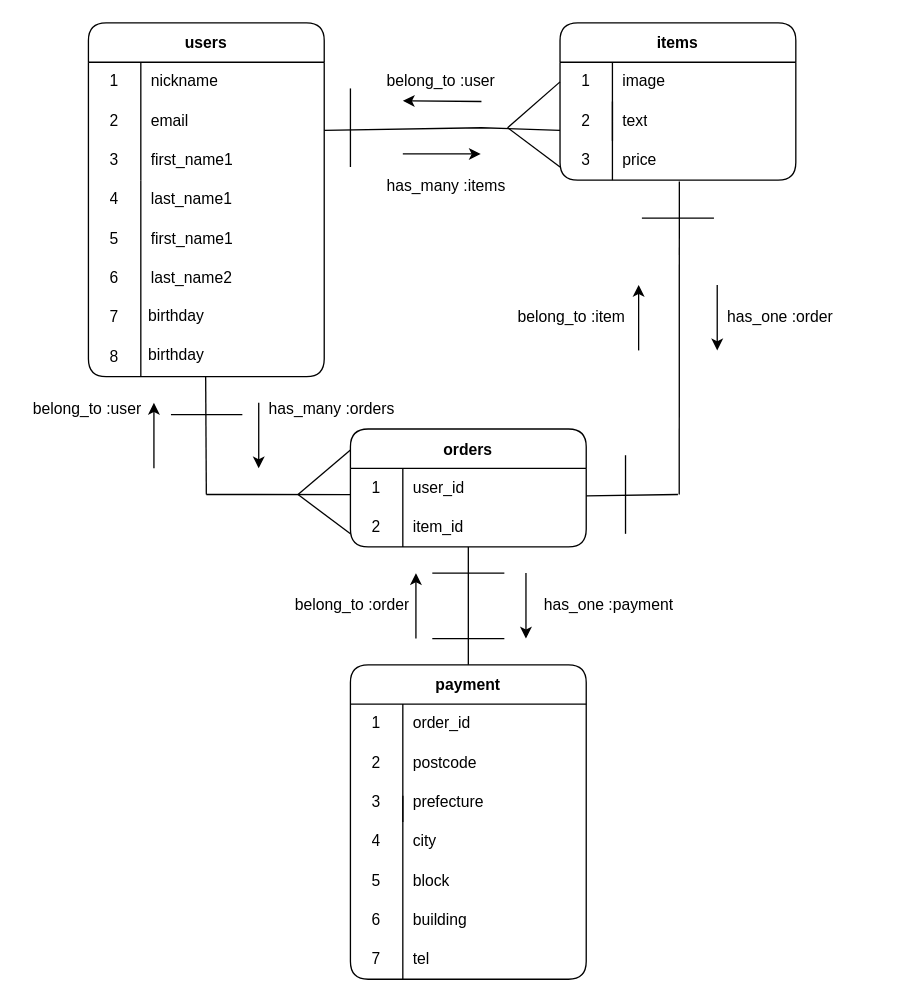
This is config/test.dio from momomo0505/furima-38701, a draw.io file, before an edit. Source tidied: cells renumbered, new cells numbered last; positions are measured from the earlier drawing's top-left corner, leaving out a move shared by most shapes. Both pictures are drawn from the tidied source at 131%, with x=0, y=0 at pixel (22, 22).
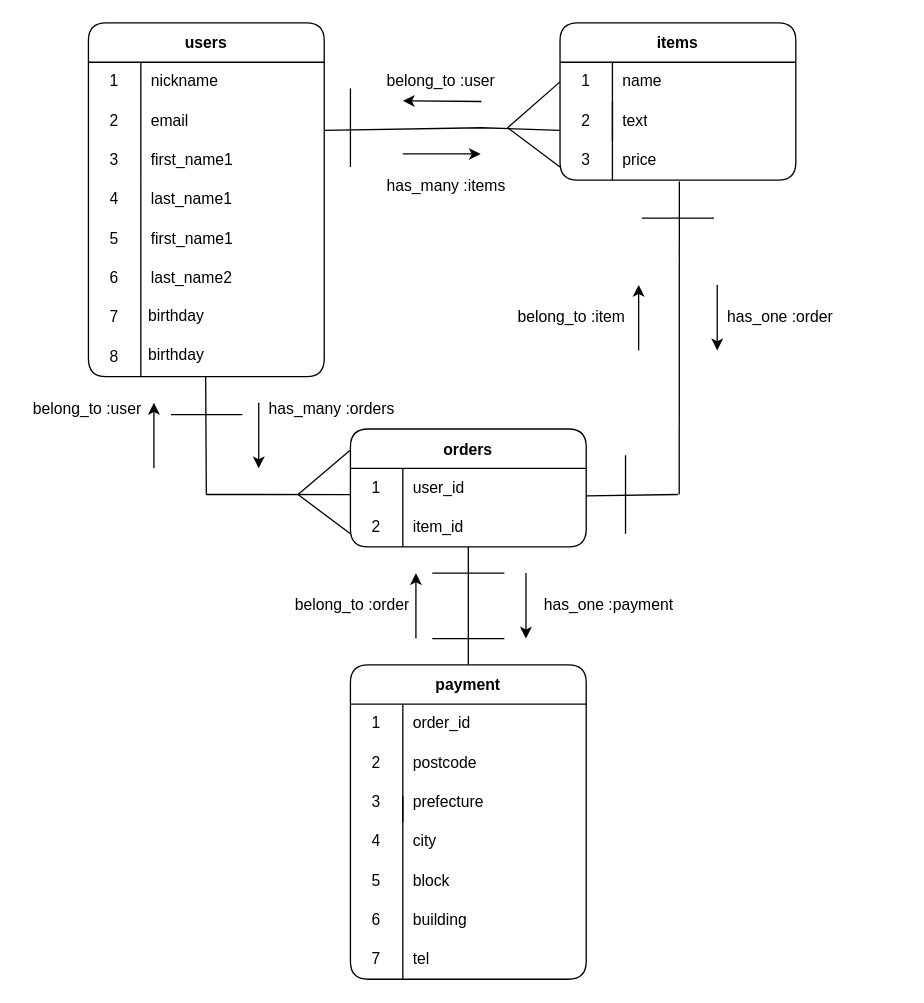
The same diagram, later.

Unchanged cells that the change refers to:
```xml
<mxCell id="23" style="shape=tableRow;horizontal=0;startSize=0;swimlaneHead=0;swimlaneBody=0;top=0;left=0;bottom=0;right=0;fillColor=none;points=[[0,0.5],[1,0.5]];portConstraint=eastwest;rounded=1;" parent="22" vertex="1">
  <mxGeometry y="30" width="180" height="30" as="geometry" />
</mxCell>
```

The edit, as a diff of the source:
```diff
@@
-    <mxCell id="25" value="image" style="shape=partialRectangle;html=1;whiteSpace=wrap;fillColor=none;top=0;left=0;bottom=0;right=0;align=left;spacingLeft=6;overflow=hidden;rounded=1;" parent="23" vertex="1">
+    <mxCell id="25" value="name" style="shape=partialRectangle;html=1;whiteSpace=wrap;fillColor=none;top=0;left=0;bottom=0;right=0;align=left;spacingLeft=6;overflow=hidden;rounded=1;" parent="23" vertex="1">
       <mxGeometry x="40" width="140" height="30" as="geometry" />
     </mxCell>
```
